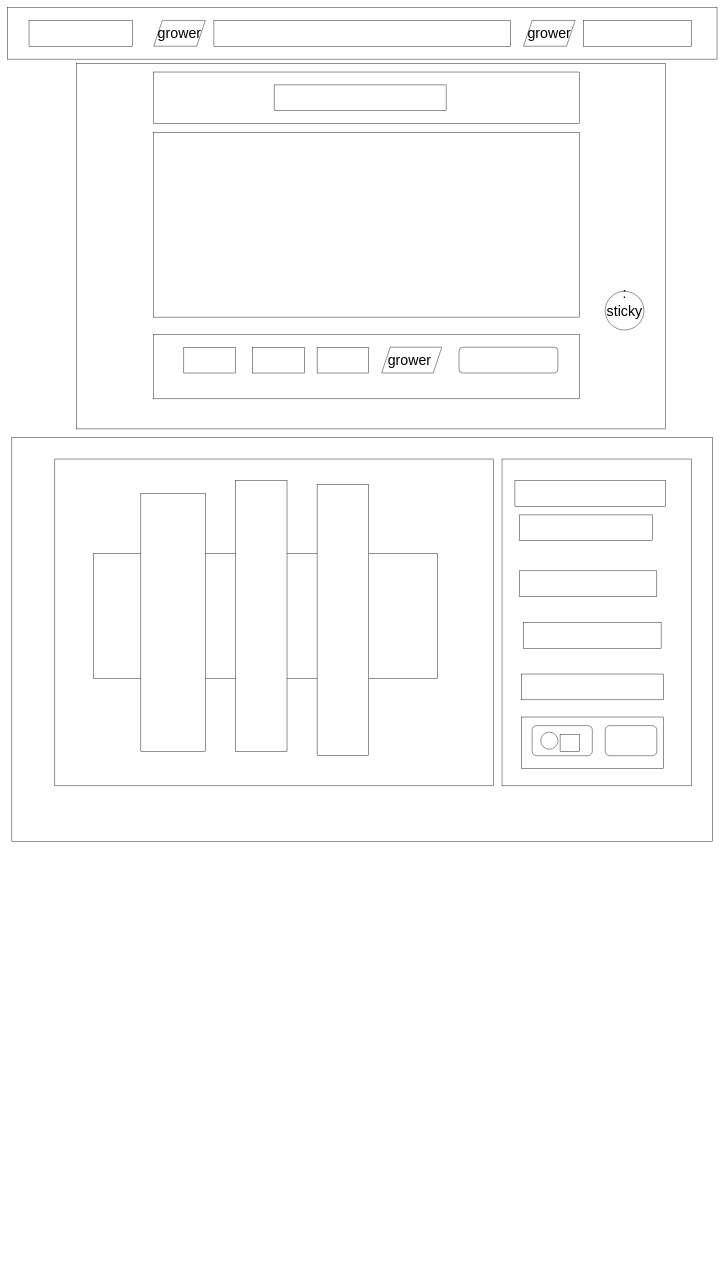
Above: flowchart.drawio in SKLC1/Tesla-Website-Mockup (draw.io), before the change. Source tidied: cells renumbered, new cells numbered last; positions are measured from the earlier drawing's top-left corner, leaving out a move shared by most shapes. Both pictures are drawn from the tidied source at 43%, with x=0, y=0 at pixel (7, 7).
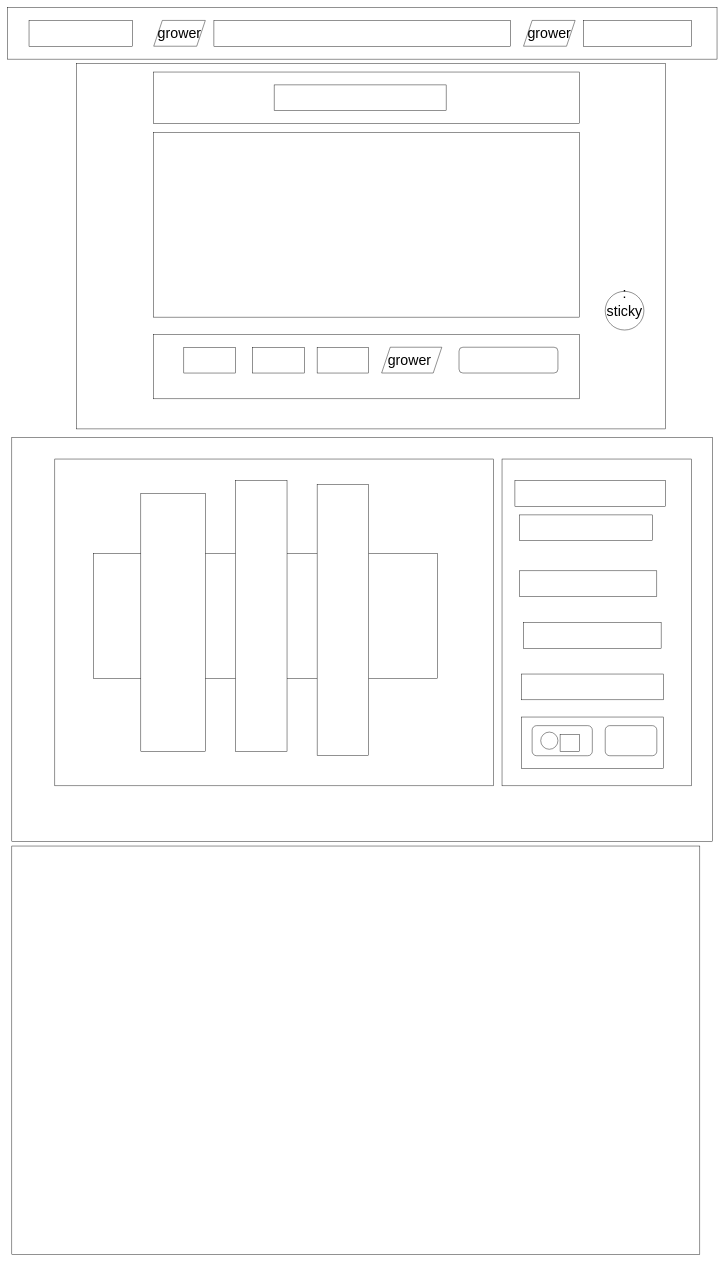
Above is the later version.

Diff of the diagram source:
```diff
@@
+    <mxCell id="40" style="rounded=0;whiteSpace=wrap;html=1;fontSize=33;strokeColor=#000000;" parent="1" vertex="1">
+      <mxGeometry x="10" y="1950" width="1600" height="950" as="geometry" />
+    </mxCell>
```
